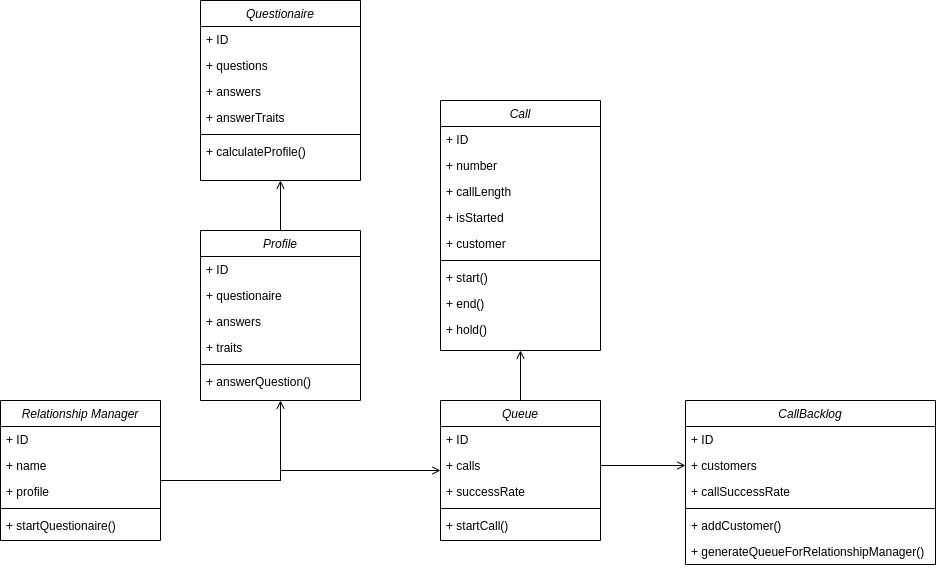
Above: cd_cmc.png in younesDev00/InformationSystems (draw.io), before the change. Source tidied: cells renumbered, new cells last; positions are measured from the earlier drawing's top-left corner, leaving out a move shared by most shapes.
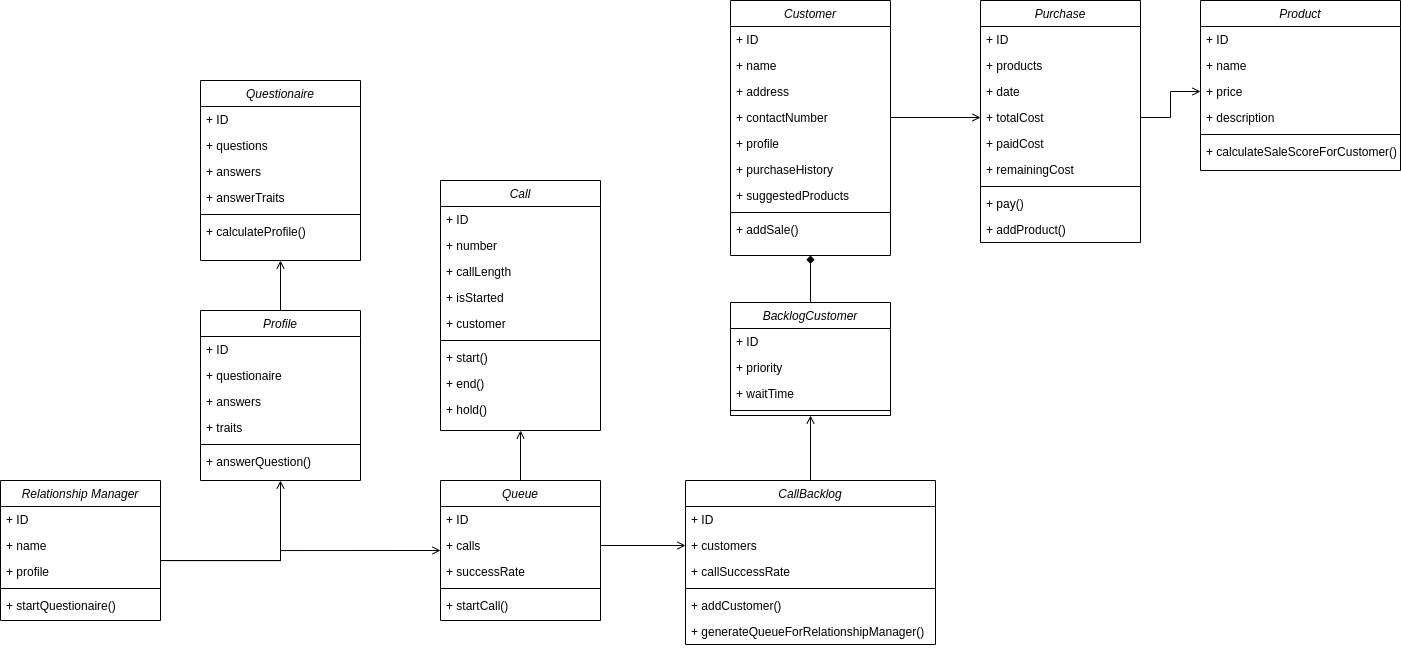
After the commit.

Commit message:
Added customers and purchases to class diagram (closes #42, closes #41, closes #39)

The edit, as a diff of the source:
```diff
@@ -131,29 +131,137 @@
     <mxCell id="41" value="+ hold()" style="text;align=left;verticalAlign=top;spacingLeft=4;spacingRight=4;overflow=hidden;" parent="32" vertex="1">
       <mxGeometry y="216" width="160" height="26" as="geometry" />
     </mxCell>
-    <mxCell id="42" value="CallBacklog" style="swimlane;fontStyle=2;align=center;verticalAlign=top;horizontal=1;startSize=26;rounded=0;shadow=0;strokeWidth=1;" parent="1" vertex="1">
-      <mxGeometry x="685" y="400" width="250" height="164" as="geometry" />
+    <mxCell id="42" style="edgeStyle=orthogonalEdgeStyle;rounded=0;jettySize=auto;html=1;entryX=0.5;entryY=1;entryDx=0;entryDy=0;endArrow=open;endFill=0;" parent="1" edge="1" source="43" target="52">
+      <mxGeometry relative="1" as="geometry" />
     </mxCell>
-    <mxCell id="43" value="+ ID" style="text;align=left;verticalAlign=top;spacingLeft=4;spacingRight=4;overflow=hidden;points=[[0,0.5],[1,0.5]];portConstraint=eastwest;" parent="42" vertex="1">
-      <mxGeometry y="26" width="250" height="26" as="geometry" />
+    <mxCell id="43" value="CallBacklog" style="swimlane;fontStyle=2;align=center;verticalAlign=top;horizontal=1;startSize=26;rounded=0;shadow=0;strokeWidth=1;" parent="1" vertex="1">
+      <mxGeometry x="685" y="400" width="250" height="164" as="geometry" />
     </mxCell>
-    <mxCell id="44" value="+ customers" style="text;align=left;verticalAlign=top;spacingLeft=4;spacingRight=4;overflow=hidden;points=[[0,0.5],[1,0.5]];portConstraint=eastwest;rounded=0;shadow=0;html=0;" parent="42" vertex="1">
-      <mxGeometry y="52" width="250" height="26" as="geometry" />
+    <mxCell id="44" value="+ ID" style="text;align=left;verticalAlign=top;spacingLeft=4;spacingRight=4;overflow=hidden;points=[[0,0.5],[1,0.5]];portConstraint=eastwest;" parent="43" vertex="1">
+      <mxGeometry y="26" width="250" height="26" as="geometry" />
     </mxCell>
-    <mxCell id="45" value="+ callSuccessRate" style="text;align=left;verticalAlign=top;spacingLeft=4;spacingRight=4;overflow=hidden;points=[[0,0.5],[1,0.5]];portConstraint=eastwest;rounded=0;shadow=0;html=0;" parent="42" vertex="1">
-      <mxGeometry y="78" width="250" height="26" as="geometry" />
+    <mxCell id="45" value="+ customers" style="text;align=left;verticalAlign=top;spacingLeft=4;spacingRight=4;overflow=hidden;points=[[0,0.5],[1,0.5]];portConstraint=eastwest;rounded=0;shadow=0;html=0;" parent="43" vertex="1">
+      <mxGeometry y="52" width="250" height="26" as="geometry" />
     </mxCell>
-    <mxCell id="46" style="line;html=1;strokeWidth=1;align=left;verticalAlign=middle;spacingTop=-1;spacingLeft=3;spacingRight=3;labelPosition=right;" parent="42" vertex="1">
-      <mxGeometry y="104" width="250" height="8" as="geometry" />
+    <mxCell id="46" value="+ callSuccessRate" style="text;align=left;verticalAlign=top;spacingLeft=4;spacingRight=4;overflow=hidden;rounded=0;shadow=0;html=0;" parent="43" vertex="1">
+      <mxGeometry y="78" width="250" height="26" as="geometry" />
     </mxCell>
-    <mxCell id="47" value="+ addCustomer()" style="text;align=left;verticalAlign=top;spacingLeft=4;spacingRight=4;overflow=hidden;" parent="42" vertex="1">
-      <mxGeometry y="112" width="250" height="26" as="geometry" />
+    <mxCell id="47" style="line;html=1;strokeWidth=1;align=left;verticalAlign=middle;spacingTop=-1;spacingLeft=3;spacingRight=3;labelPosition=right;" parent="43" vertex="1">
+      <mxGeometry y="104" width="250" height="8" as="geometry" />
     </mxCell>
-    <mxCell id="48" value="+ generateQueueForRelationshipManager()" style="text;align=left;verticalAlign=top;spacingLeft=4;spacingRight=4;overflow=hidden;" parent="42" vertex="1">
-      <mxGeometry y="138" width="250" height="26" as="geometry" />
+    <mxCell id="48" value="+ addCustomer()" style="text;align=left;verticalAlign=top;spacingLeft=4;spacingRight=4;overflow=hidden;" parent="43" vertex="1">
+      <mxGeometry y="112" width="250" height="26" as="geometry" />
     </mxCell>
-    <mxCell id="49" style="edgeStyle=orthogonalEdgeStyle;rounded=0;jettySize=auto;html=1;entryX=0;entryY=0.5;entryDx=0;entryDy=0;endArrow=open;endFill=0;" parent="1" edge="1" source="28" target="44">
-      <mxGeometry relative="1" as="geometry" />
+    <mxCell id="49" value="+ generateQueueForRelationshipManager()" style="text;align=left;verticalAlign=top;spacingLeft=4;spacingRight=4;overflow=hidden;" parent="43" vertex="1">
+      <mxGeometry y="138" width="250" height="26" as="geometry" />
     </mxCell>
+    <mxCell id="50" style="edgeStyle=orthogonalEdgeStyle;rounded=0;jettySize=auto;html=1;entryX=0;entryY=0.5;entryDx=0;entryDy=0;endArrow=open;endFill=0;" parent="1" edge="1" source="28" target="45">
+      <mxGeometry relative="1" as="geometry" />
+    </mxCell>
+    <mxCell id="51" style="edgeStyle=orthogonalEdgeStyle;rounded=0;jettySize=auto;html=1;entryX=0.5;entryY=1;entryDx=0;entryDy=0;endArrow=diamond;endFill=1;" parent="1" edge="1" source="52" target="57">
+      <mxGeometry relative="1" as="geometry" />
+    </mxCell>
+    <mxCell id="52" value="BacklogCustomer" style="swimlane;fontStyle=2;align=center;verticalAlign=top;horizontal=1;startSize=26;rounded=0;shadow=0;strokeWidth=1;" parent="1" vertex="1">
+      <mxGeometry x="730" y="222" width="160" height="113" as="geometry" />
+    </mxCell>
+    <mxCell id="53" value="+ ID" style="text;align=left;verticalAlign=top;spacingLeft=4;spacingRight=4;overflow=hidden;" parent="52" vertex="1">
+      <mxGeometry y="26" width="160" height="26" as="geometry" />
+    </mxCell>
+    <mxCell id="54" value="+ priority" style="text;align=left;verticalAlign=top;spacingLeft=4;spacingRight=4;overflow=hidden;rounded=0;shadow=0;html=0;" parent="52" vertex="1">
+      <mxGeometry y="52" width="160" height="26" as="geometry" />
+    </mxCell>
+    <mxCell id="55" value="+ waitTime" style="text;align=left;verticalAlign=top;spacingLeft=4;spacingRight=4;overflow=hidden;rounded=0;shadow=0;html=0;" parent="52" vertex="1">
+      <mxGeometry y="78" width="160" height="26" as="geometry" />
+    </mxCell>
+    <mxCell id="56" style="line;html=1;strokeWidth=1;align=left;verticalAlign=middle;spacingTop=-1;spacingLeft=3;spacingRight=3;labelPosition=right;" parent="52" vertex="1">
+      <mxGeometry y="104" width="160" height="8" as="geometry" />
+    </mxCell>
+    <mxCell id="57" value="Customer" style="swimlane;fontStyle=2;align=center;verticalAlign=top;horizontal=1;startSize=26;rounded=0;shadow=0;strokeWidth=1;" parent="1" vertex="1">
+      <mxGeometry x="730" y="-80" width="160" height="255" as="geometry" />
+    </mxCell>
+    <mxCell id="58" value="+ ID" style="text;align=left;verticalAlign=top;spacingLeft=4;spacingRight=4;overflow=hidden;" parent="57" vertex="1">
+      <mxGeometry y="26" width="160" height="26" as="geometry" />
+    </mxCell>
+    <mxCell id="59" value="+ name" style="text;align=left;verticalAlign=top;spacingLeft=4;spacingRight=4;overflow=hidden;rounded=0;shadow=0;html=0;" parent="57" vertex="1">
+      <mxGeometry y="52" width="160" height="26" as="geometry" />
+    </mxCell>
+    <mxCell id="60" value="+ address" style="text;align=left;verticalAlign=top;spacingLeft=4;spacingRight=4;overflow=hidden;rounded=0;shadow=0;html=0;" parent="57" vertex="1">
+      <mxGeometry y="78" width="160" height="26" as="geometry" />
+    </mxCell>
+    <mxCell id="61" value="+ contactNumber" style="text;align=left;verticalAlign=top;spacingLeft=4;spacingRight=4;overflow=hidden;points=[[0,0.5],[1,0.5]];portConstraint=eastwest;rounded=0;shadow=0;html=0;" parent="57" vertex="1">
+      <mxGeometry y="104" width="160" height="26" as="geometry" />
+    </mxCell>
+    <mxCell id="62" value="+ profile" style="text;align=left;verticalAlign=top;spacingLeft=4;spacingRight=4;overflow=hidden;rounded=0;shadow=0;html=0;" parent="57" vertex="1">
+      <mxGeometry y="130" width="160" height="26" as="geometry" />
+    </mxCell>
+    <mxCell id="63" value="+ purchaseHistory" style="text;align=left;verticalAlign=top;spacingLeft=4;spacingRight=4;overflow=hidden;rounded=0;shadow=0;html=0;" parent="57" vertex="1">
+      <mxGeometry y="156" width="160" height="26" as="geometry" />
+    </mxCell>
+    <mxCell id="64" value="+ suggestedProducts" style="text;align=left;verticalAlign=top;spacingLeft=4;spacingRight=4;overflow=hidden;rounded=0;shadow=0;html=0;" parent="57" vertex="1">
+      <mxGeometry y="182" width="160" height="26" as="geometry" />
+    </mxCell>
+    <mxCell id="65" style="line;html=1;strokeWidth=1;align=left;verticalAlign=middle;spacingTop=-1;spacingLeft=3;spacingRight=3;labelPosition=right;" parent="57" vertex="1">
+      <mxGeometry y="208" width="160" height="8" as="geometry" />
+    </mxCell>
+    <mxCell id="66" value="+ addSale()" style="text;align=left;verticalAlign=top;spacingLeft=4;spacingRight=4;overflow=hidden;" parent="57" vertex="1">
+      <mxGeometry y="216" width="160" height="26" as="geometry" />
+    </mxCell>
+    <mxCell id="67" value="Product" style="swimlane;fontStyle=2;align=center;verticalAlign=top;horizontal=1;startSize=26;rounded=0;shadow=0;strokeWidth=1;" parent="1" vertex="1">
+      <mxGeometry x="1200" y="-80" width="200" height="170" as="geometry" />
+    </mxCell>
+    <mxCell id="68" value="+ ID" style="text;align=left;verticalAlign=top;spacingLeft=4;spacingRight=4;overflow=hidden;" parent="67" vertex="1">
+      <mxGeometry y="26" width="200" height="26" as="geometry" />
+    </mxCell>
+    <mxCell id="69" value="+ name" style="text;align=left;verticalAlign=top;spacingLeft=4;spacingRight=4;overflow=hidden;rounded=0;shadow=0;html=0;" parent="67" vertex="1">
+      <mxGeometry y="52" width="200" height="26" as="geometry" />
+    </mxCell>
+    <mxCell id="70" value="+ price" style="text;align=left;verticalAlign=top;spacingLeft=4;spacingRight=4;overflow=hidden;points=[[0,0.5],[1,0.5]];portConstraint=eastwest;rounded=0;shadow=0;html=0;" parent="67" vertex="1">
+      <mxGeometry y="78" width="200" height="26" as="geometry" />
+    </mxCell>
+    <mxCell id="71" value="+ description" style="text;align=left;verticalAlign=top;spacingLeft=4;spacingRight=4;overflow=hidden;rounded=0;shadow=0;html=0;" parent="67" vertex="1">
+      <mxGeometry y="104" width="200" height="26" as="geometry" />
+    </mxCell>
+    <mxCell id="72" style="line;html=1;strokeWidth=1;align=left;verticalAlign=middle;spacingTop=-1;spacingLeft=3;spacingRight=3;labelPosition=right;" parent="67" vertex="1">
+      <mxGeometry y="130" width="200" height="8" as="geometry" />
+    </mxCell>
+    <mxCell id="73" value="+ calculateSaleScoreForCustomer()" style="text;align=left;verticalAlign=top;spacingLeft=4;spacingRight=4;overflow=hidden;" parent="67" vertex="1">
+      <mxGeometry y="138" width="200" height="26" as="geometry" />
+    </mxCell>
+    <mxCell id="74" style="edgeStyle=orthogonalEdgeStyle;rounded=0;jettySize=auto;html=1;entryX=0;entryY=0.5;entryDx=0;entryDy=0;endArrow=open;endFill=0;" parent="1" edge="1" source="61" target="80">
+      <mxGeometry relative="1" as="geometry" />
+    </mxCell>
+    <mxCell id="75" style="edgeStyle=orthogonalEdgeStyle;rounded=0;jettySize=auto;html=1;entryX=0;entryY=0.5;entryDx=0;entryDy=0;endArrow=open;endFill=0;" parent="1" edge="1" source="80" target="70">
+      <mxGeometry relative="1" as="geometry" />
+    </mxCell>
+    <mxCell id="76" value="Purchase" style="swimlane;fontStyle=2;align=center;verticalAlign=top;horizontal=1;startSize=26;rounded=0;shadow=0;strokeWidth=1;" parent="1" vertex="1">
+      <mxGeometry x="980" y="-80" width="160" height="242" as="geometry" />
+    </mxCell>
+    <mxCell id="77" value="+ ID" style="text;align=left;verticalAlign=top;spacingLeft=4;spacingRight=4;overflow=hidden;" parent="76" vertex="1">
+      <mxGeometry y="26" width="160" height="26" as="geometry" />
+    </mxCell>
+    <mxCell id="78" value="+ products" style="text;align=left;verticalAlign=top;spacingLeft=4;spacingRight=4;overflow=hidden;rounded=0;shadow=0;html=0;" parent="76" vertex="1">
+      <mxGeometry y="52" width="160" height="26" as="geometry" />
+    </mxCell>
+    <mxCell id="79" value="+ date" style="text;align=left;verticalAlign=top;spacingLeft=4;spacingRight=4;overflow=hidden;rounded=0;shadow=0;html=0;" parent="76" vertex="1">
+      <mxGeometry y="78" width="160" height="26" as="geometry" />
+    </mxCell>
+    <mxCell id="80" value="+ totalCost" style="text;align=left;verticalAlign=top;spacingLeft=4;spacingRight=4;overflow=hidden;points=[[0,0.5],[1,0.5]];portConstraint=eastwest;rounded=0;shadow=0;html=0;" parent="76" vertex="1">
+      <mxGeometry y="104" width="160" height="26" as="geometry" />
+    </mxCell>
+    <mxCell id="81" value="+ paidCost" style="text;align=left;verticalAlign=top;spacingLeft=4;spacingRight=4;overflow=hidden;rounded=0;shadow=0;html=0;" parent="76" vertex="1">
+      <mxGeometry y="130" width="160" height="26" as="geometry" />
+    </mxCell>
+    <mxCell id="82" value="+ remainingCost" style="text;align=left;verticalAlign=top;spacingLeft=4;spacingRight=4;overflow=hidden;rounded=0;shadow=0;html=0;" parent="76" vertex="1">
+      <mxGeometry y="156" width="160" height="26" as="geometry" />
+    </mxCell>
+    <mxCell id="83" style="line;html=1;strokeWidth=1;align=left;verticalAlign=middle;spacingTop=-1;spacingLeft=3;spacingRight=3;labelPosition=right;" parent="76" vertex="1">
+      <mxGeometry y="182" width="160" height="8" as="geometry" />
+    </mxCell>
+    <mxCell id="84" value="+ pay()" style="text;align=left;verticalAlign=top;spacingLeft=4;spacingRight=4;overflow=hidden;" parent="76" vertex="1">
+      <mxGeometry y="190" width="160" height="26" as="geometry" />
+    </mxCell>
+    <mxCell id="85" value="+ addProduct()" style="text;align=left;verticalAlign=top;spacingLeft=4;spacingRight=4;overflow=hidden;" parent="76" vertex="1">
+      <mxGeometry y="216" width="160" height="26" as="geometry" />
+    </mxCell>
   </root>
 </mxGraphModel>
```
